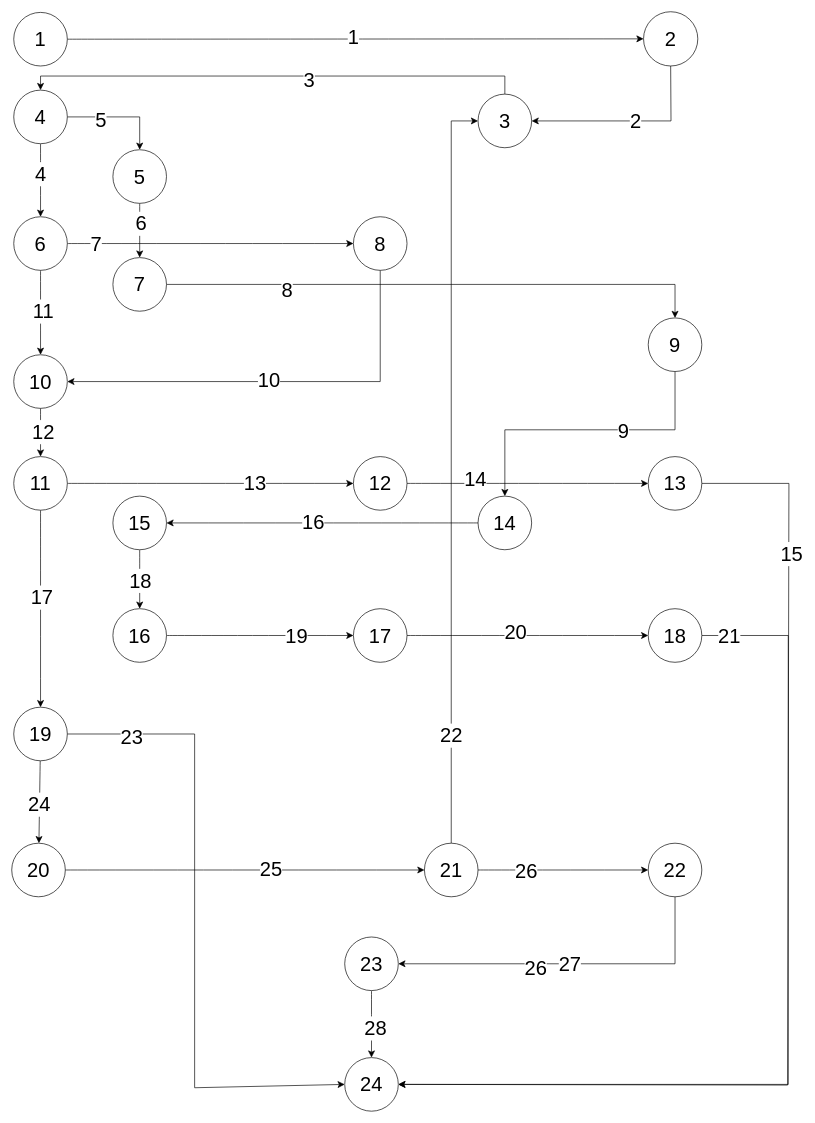
AmirRazer/DrawIoErd keeps this draw.io diagram as page "Center Point" (3 of 5) of white box.drawio. Above is the earlier version. Source tidied: cells renumbered, new cells numbered last; positions are measured from the earlier drawing's top-left corner, leaving out a move shared by most shapes. Both pictures are drawn from the tidied source at 67%, with x=0, y=0 at pixel (11, 11).
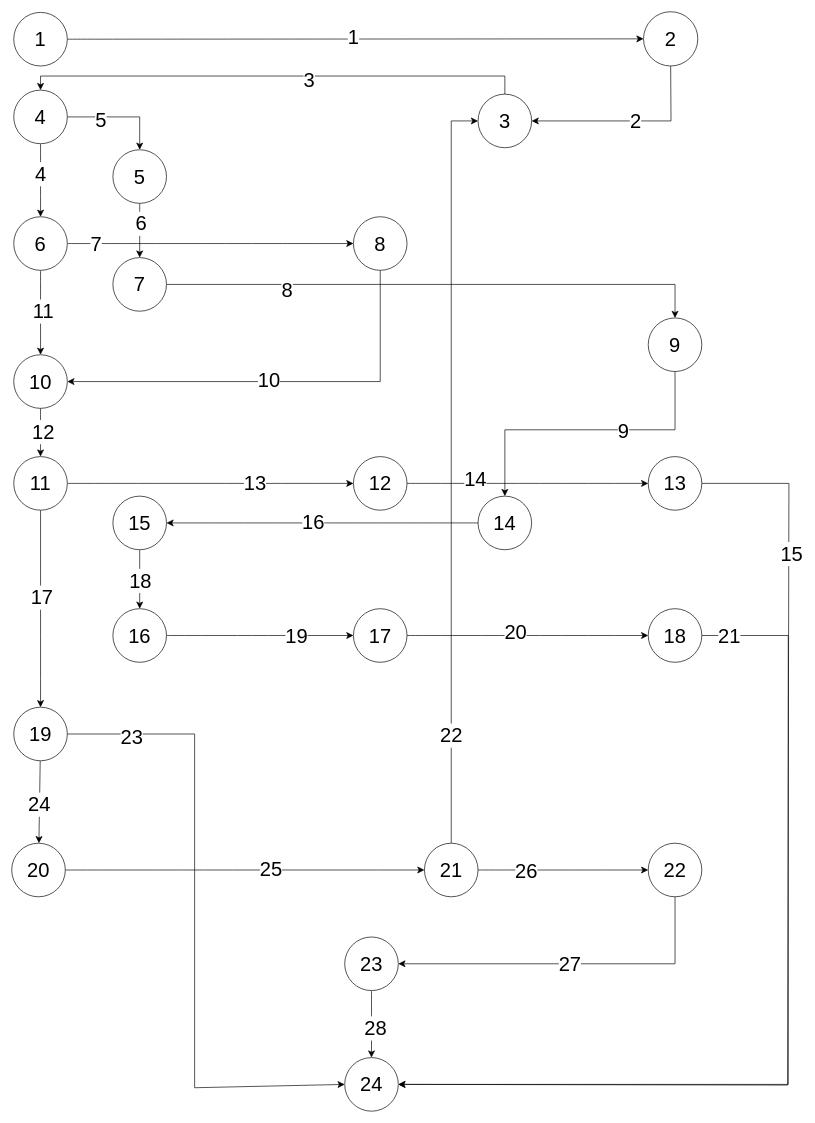
The same diagram, later.

Unchanged cells that the change refers to:
```xml
<mxCell id="79" value="27" style="edgeStyle=none;curved=0;rounded=0;jettySize=auto;html=1;entryX=1;entryY=0.5;entryDx=0;entryDy=0;fontSize=30;startSize=8;endSize=8;" parent="1" edge="1" source="81" target="68">
  <mxGeometry relative="1" as="geometry">
    <Array as="points">
      <mxPoint x="990" y="1421" />
    </Array>
  </mxGeometry>
</mxCell>
```

Diff of the diagram source:
```diff
@@
-    <mxCell id="80" value="26" style="edgeLabel;html=1;align=center;verticalAlign=middle;fontSize=30;" parent="79" vertex="1">
-      <mxGeometry x="0.2" y="5" relative="1" as="geometry">
-        <mxPoint x="-1" as="offset" />
-      </mxGeometry>
-    </mxCell>
```
